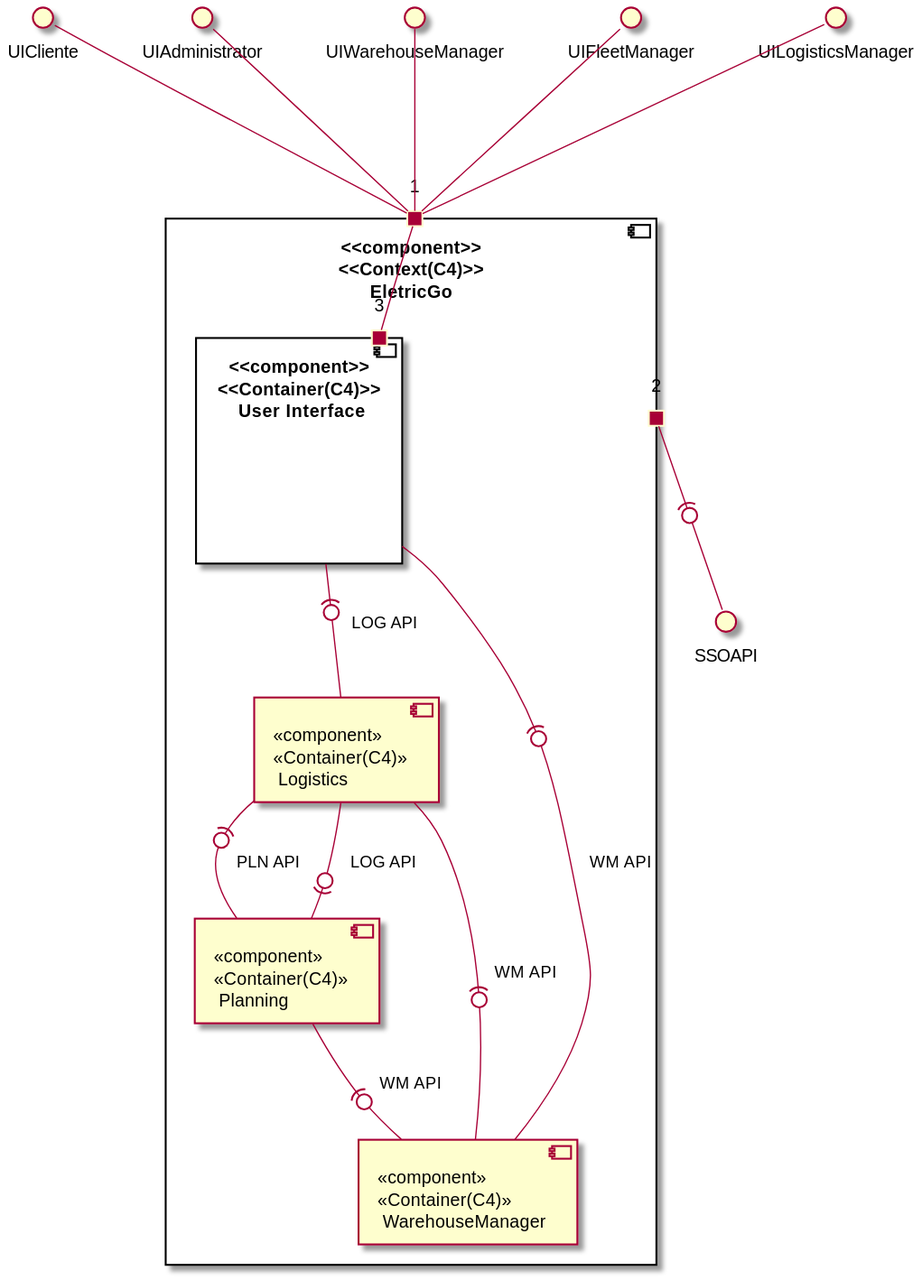
Above: Documents/Deployment Diagrams/Level 2 - Container/Logical View/Level 2 - Logic View.svg in 0franciscor/dei_3dj_057 (PlantUML), before the change. The source it was exported from:
```plantuml
@startuml
component "<<component>>\n<<Context(C4)>>\nEletricGo" as c2 {
  component "<<component>>\n<<Container(C4)>>\n User Interface" as UI{
        portin 3
  }
  component "<<component>>\n<<Container(C4)>>\n WarehouseManager" as WMNG
  component "<<component>>\n<<Container(C4)>>\n Logistics" as LG
  component "<<component>>\n<<Container(C4)>>\n Planning" as PL
  portin 1
  portout 2

}

interface UICliente as CL
interface UIAdministrator as ADM
interface UIWarehouseManager as MNG
interface UIFleetManager as FMNG
interface UILogisticsManager as LMNG

CL --- 1
ADM --- 1
MNG --- 1
FMNG --- 1
LMNG --- 1

2 -(0- SSOAPI

3--1

UI -(0- WMNG : "" WM API ""
UI -(0- LG: "" LOG API ""
PL -(0- LG : "" LOG API ""
LG -(0- PL : "" PLN API ""
PL -(0- WMNG : "" WM API ""
LG -(0- WMNG : "" WM API ""

@enduml
```
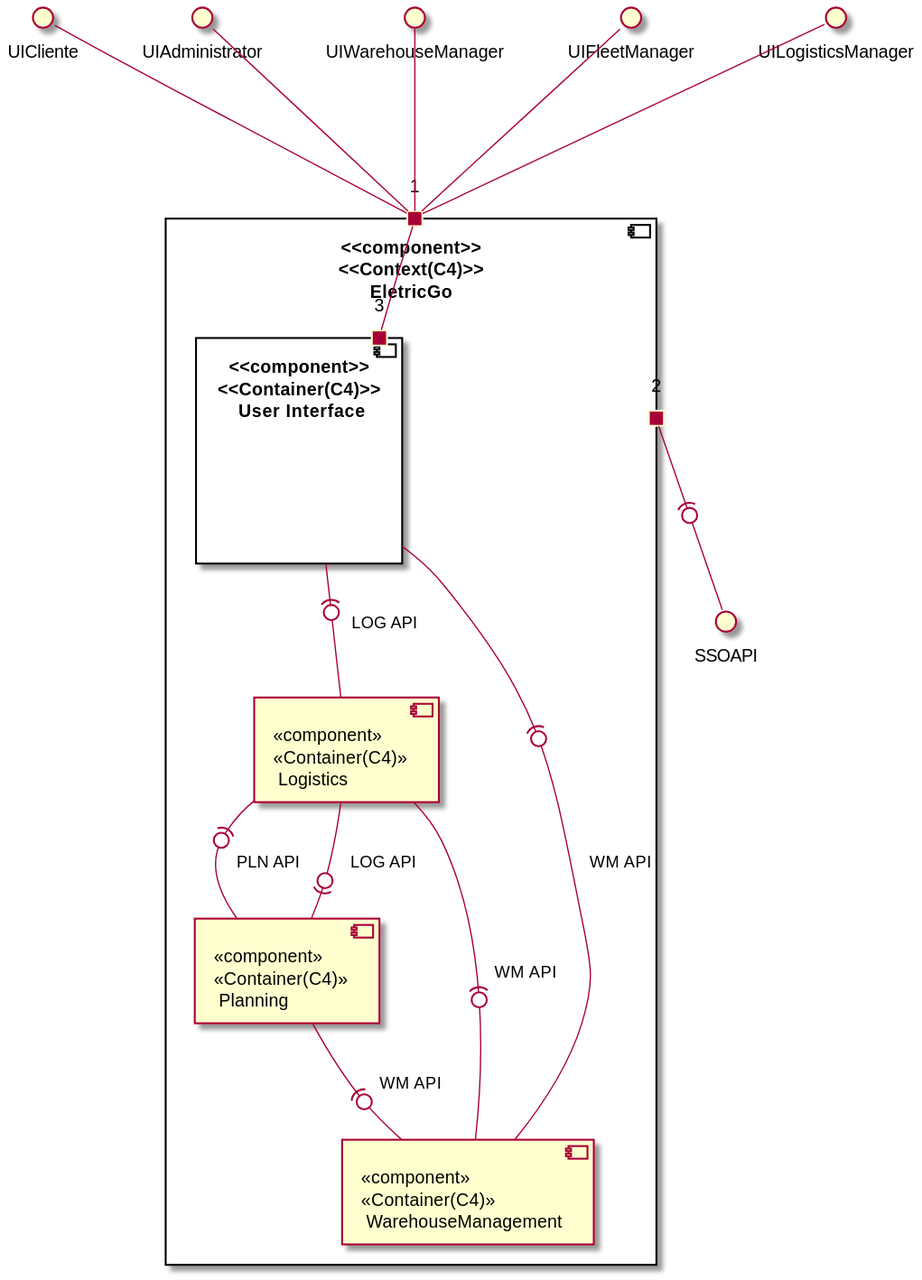
After the change.

Commit message:
#25 - Diagram de vista logíca nível 3 relativo ao modulo de gestão de armazéns

Change to the diagram source:
```diff
@@ -3,7 +3,7 @@
   component "<<component>>\n<<Container(C4)>>\n User Interface" as UI{
         portin 3
   }
-  component "<<component>>\n<<Container(C4)>>\n WarehouseManager" as WMNG
+  component "<<component>>\n<<Container(C4)>>\n WarehouseManagement" as WMNG
   component "<<component>>\n<<Container(C4)>>\n Logistics" as LG
   component "<<component>>\n<<Container(C4)>>\n Planning" as PL
   portin 1
```
